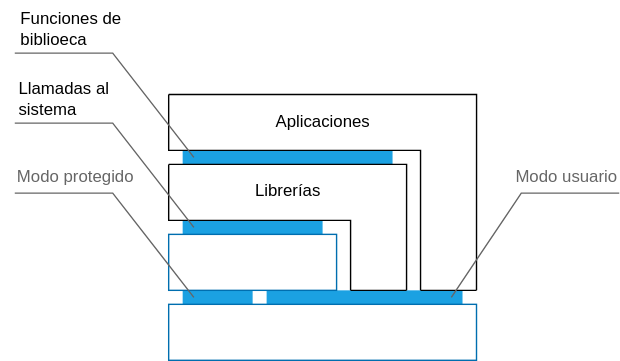
Earlier version of the draw.io export diagrams/Virtualization_Interfaces.svg (ucudal/ANDIS_Conceptos). Source tidied: cells renumbered, new cells last; positions are measured from the earlier drawing's top-left corner, leaving out a move shared by most shapes.
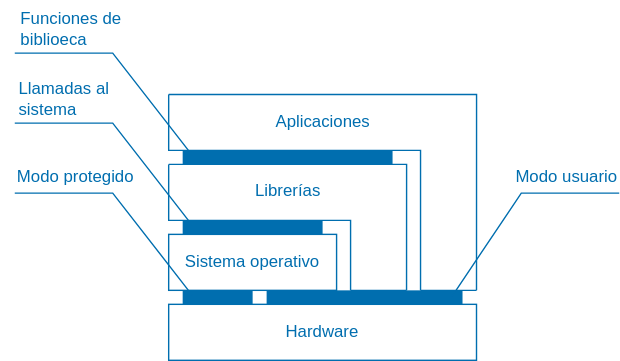
The same file after the commit.

Diff of the diagram source:
```diff
@@ -2,25 +2,25 @@
   <root>
     <mxCell id="0" />
     <mxCell id="1" parent="0" />
-    <mxCell id="2" style="rounded=0;whiteSpace=wrap;html=1;fillColor=#1ba1e2;fontColor=#ffffff;strokeColor=none;" parent="1" vertex="1">
+    <mxCell id="2" style="rounded=0;whiteSpace=wrap;html=1;fillColor=light-dark(#006EAF,#006EAF);fontColor=light-dark(#006EAF,#006EAF);strokeColor=none;" parent="1" vertex="1">
       <mxGeometry x="130" y="207" width="50" height="10" as="geometry" />
     </mxCell>
-    <mxCell id="3" style="rounded=0;whiteSpace=wrap;html=1;fillColor=#1ba1e2;fontColor=#ffffff;strokeColor=none;" parent="1" vertex="1">
+    <mxCell id="3" style="rounded=0;whiteSpace=wrap;html=1;fillColor=light-dark(#006EAF,#006EAF);fontColor=light-dark(#006EAF,#006EAF);strokeColor=none;" parent="1" vertex="1">
       <mxGeometry x="190" y="207" width="140" height="10" as="geometry" />
     </mxCell>
-    <mxCell id="4" style="rounded=0;whiteSpace=wrap;html=1;fillColor=#1ba1e2;fontColor=#ffffff;strokeColor=none;" parent="1" vertex="1">
+    <mxCell id="4" style="rounded=0;whiteSpace=wrap;html=1;fillColor=light-dark(#006EAF,#006EAF);fontColor=light-dark(#006EAF,#006EAF);strokeColor=none;" parent="1" vertex="1">
       <mxGeometry x="130" y="157" width="100" height="10" as="geometry" />
     </mxCell>
-    <mxCell id="5" style="rounded=0;whiteSpace=wrap;html=1;fillColor=#1ba1e2;fontColor=#ffffff;strokeColor=none;" parent="1" vertex="1">
+    <mxCell id="5" style="rounded=0;whiteSpace=wrap;html=1;fillColor=light-dark(#006EAF,#006EAF);fontColor=light-dark(#006EAF,#006EAF);strokeColor=none;" parent="1" vertex="1">
       <mxGeometry x="130" y="107" width="150" height="10" as="geometry" />
     </mxCell>
-    <mxCell id="6" value="Hardware" style="rounded=0;whiteSpace=wrap;html=1;fillColor=none;fontColor=light-dark(#FFFFFF,#006EAF);strokeColor=light-dark(#006EAF,#006EAF);" parent="1" vertex="1">
+    <mxCell id="6" value="Hardware" style="rounded=0;whiteSpace=wrap;html=1;fillColor=none;fontColor=light-dark(#006EAF,#006EAF);strokeColor=light-dark(#006EAF,#006EAF);" parent="1" vertex="1">
       <mxGeometry x="120" y="217" width="220" height="40" as="geometry" />
     </mxCell>
-    <mxCell id="7" value="Sistema operativo" style="rounded=0;whiteSpace=wrap;html=1;fillColor=none;fontColor=light-dark(#FFFFFF,#006EAF);strokeColor=light-dark(#006EAF,#006EAF);" parent="1" vertex="1">
+    <mxCell id="7" value="Sistema operativo" style="rounded=0;whiteSpace=wrap;html=1;fillColor=none;fontColor=light-dark(#006EAF,#006EAF);strokeColor=light-dark(#006EAF,#006EAF);" parent="1" vertex="1">
       <mxGeometry x="120" y="167" width="120" height="40" as="geometry" />
     </mxCell>
-    <mxCell id="8" style="edgeStyle=elbowEdgeStyle;elbow=vertical;endArrow=none;html=1;curved=0;rounded=0;endSize=8;startSize=8;endFill=0;strokeColor=light-dark(#000000,#006EAF);" parent="1" edge="1">
+    <mxCell id="8" style="edgeStyle=elbowEdgeStyle;elbow=vertical;endArrow=none;html=1;curved=0;rounded=0;endSize=8;startSize=8;endFill=0;strokeColor=light-dark(#006EAF,#006EAF);fontColor=light-dark(#006EAF,#006EAF);" parent="1" edge="1">
       <mxGeometry relative="1" as="geometry">
         <mxPoint x="120" y="67" as="sourcePoint" />
         <mxPoint x="300" y="207" as="targetPoint" />
@@ -29,19 +29,19 @@
         </Array>
       </mxGeometry>
     </mxCell>
-    <mxCell id="9" style="edgeStyle=segmentEdgeStyle;endArrow=none;html=1;curved=0;rounded=0;endSize=8;startSize=8;endFill=0;strokeColor=light-dark(#000000,#006EAF);" parent="1" edge="1">
+    <mxCell id="9" style="edgeStyle=segmentEdgeStyle;endArrow=none;html=1;curved=0;rounded=0;endSize=8;startSize=8;endFill=0;strokeColor=light-dark(#006EAF,#006EAF);fontColor=light-dark(#006EAF,#006EAF);" parent="1" edge="1">
       <mxGeometry relative="1" as="geometry">
         <mxPoint x="120" y="67" as="sourcePoint" />
         <mxPoint x="340" y="207" as="targetPoint" />
       </mxGeometry>
     </mxCell>
-    <mxCell id="10" style="endArrow=none;html=1;strokeColor=light-dark(#000000,#006EAF);" parent="1" edge="1">
+    <mxCell id="10" style="endArrow=none;html=1;strokeColor=light-dark(#006EAF,#006EAF);fontColor=light-dark(#006EAF,#006EAF);" parent="1" edge="1">
       <mxGeometry relative="1" as="geometry">
         <mxPoint x="340" y="207" as="sourcePoint" />
         <mxPoint x="300" y="207" as="targetPoint" />
       </mxGeometry>
     </mxCell>
-    <mxCell id="11" style="edgeStyle=elbowEdgeStyle;elbow=vertical;endArrow=none;html=1;curved=0;rounded=0;endSize=8;startSize=8;endFill=0;strokeColor=light-dark(#000000,#006EAF);" parent="1" edge="1">
+    <mxCell id="11" style="edgeStyle=elbowEdgeStyle;elbow=vertical;endArrow=none;html=1;curved=0;rounded=0;endSize=8;startSize=8;endFill=0;strokeColor=light-dark(#006EAF,#006EAF);fontColor=light-dark(#006EAF,#006EAF);" parent="1" edge="1">
       <mxGeometry relative="1" as="geometry">
         <mxPoint x="120" y="117" as="sourcePoint" />
         <mxPoint x="250" y="207" as="targetPoint" />
@@ -50,40 +50,40 @@
         </Array>
       </mxGeometry>
     </mxCell>
-    <mxCell id="12" style="edgeStyle=segmentEdgeStyle;endArrow=none;html=1;curved=0;rounded=0;endSize=8;startSize=8;endFill=0;strokeColor=light-dark(#000000,#006EAF);" parent="1" edge="1">
+    <mxCell id="12" style="edgeStyle=segmentEdgeStyle;endArrow=none;html=1;curved=0;rounded=0;endSize=8;startSize=8;endFill=0;strokeColor=light-dark(#006EAF,#006EAF);fontColor=light-dark(#006EAF,#006EAF);" parent="1" edge="1">
       <mxGeometry relative="1" as="geometry">
         <mxPoint x="120" y="117" as="sourcePoint" />
         <mxPoint x="290" y="207" as="targetPoint" />
       </mxGeometry>
     </mxCell>
-    <mxCell id="13" style="endArrow=none;html=1;strokeColor=light-dark(#000000,#006EAF);" parent="1" edge="1">
+    <mxCell id="13" style="endArrow=none;html=1;strokeColor=light-dark(#006EAF,#006EAF);fontColor=light-dark(#006EAF,#006EAF);" parent="1" edge="1">
       <mxGeometry relative="1" as="geometry">
         <mxPoint x="250" y="207" as="sourcePoint" />
         <mxPoint x="290" y="207" as="targetPoint" />
       </mxGeometry>
     </mxCell>
-    <mxCell id="14" value="Librerías" style="text;html=1;align=center;verticalAlign=middle;strokeColor=none;fillColor=none;fontColor=light-dark(#000000,#006EAF);" parent="1" vertex="1">
+    <mxCell id="14" value="Librerías" style="text;html=1;align=center;verticalAlign=middle;strokeColor=none;fillColor=none;fontColor=light-dark(#006EAF,#006EAF);" parent="1" vertex="1">
       <mxGeometry x="170" y="121" width="70" height="30" as="geometry" />
     </mxCell>
-    <mxCell id="15" value="Aplicaciones" style="text;html=1;align=center;verticalAlign=middle;strokeColor=none;fillColor=none;fontColor=light-dark(#000000,#006EAF);" parent="1" vertex="1">
+    <mxCell id="15" value="Aplicaciones" style="text;html=1;align=center;verticalAlign=middle;strokeColor=none;fillColor=none;fontColor=light-dark(#006EAF,#006EAF);" parent="1" vertex="1">
       <mxGeometry x="185" y="72" width="90" height="30" as="geometry" />
     </mxCell>
-    <mxCell id="16" value="Modo usuario" style="strokeWidth=1;shadow=0;dashed=0;align=center;html=1;shape=mxgraph.mockup.text.callout;linkText=;textSize=17;textColor=#666666;callDir=NE;callStyle=line;fontSize=12;fontColor=light-dark(#666666,#006EAF);align=right;verticalAlign=top;strokeColor=light-dark(#666666,#006EAF);" parent="1" vertex="1">
+    <mxCell id="16" value="Modo usuario" style="strokeWidth=1;shadow=0;dashed=0;align=center;html=1;shape=mxgraph.mockup.text.callout;linkText=;textSize=17;textColor=#666666;callDir=NE;callStyle=line;fontSize=12;fontColor=light-dark(#006EAF,#006EAF);align=right;verticalAlign=top;strokeColor=light-dark(#006EAF,#006EAF);" parent="1" vertex="1">
       <mxGeometry x="322" y="112" width="120" height="100" as="geometry" />
     </mxCell>
-    <mxCell id="17" value="Modo protegido" style="strokeWidth=1;shadow=0;dashed=0;align=center;html=1;shape=mxgraph.mockup.text.callout;linkText=;textSize=17;textColor=#666666;callDir=NW;callStyle=line;fontSize=12;fontColor=light-dark(#666666,#006EAF);align=left;verticalAlign=top;strokeColor=light-dark(#666666,#006EAF);" parent="1" vertex="1">
+    <mxCell id="17" value="Modo protegido" style="strokeWidth=1;shadow=0;dashed=0;align=center;html=1;shape=mxgraph.mockup.text.callout;linkText=;textSize=17;textColor=#666666;callDir=NW;callStyle=line;fontSize=12;fontColor=light-dark(#006EAF,#006EAF);align=left;verticalAlign=top;strokeColor=light-dark(#006EAF,#006EAF);" parent="1" vertex="1">
       <mxGeometry x="10" y="112" width="128" height="100" as="geometry" />
     </mxCell>
-    <mxCell id="18" style="strokeWidth=1;shadow=0;dashed=0;align=center;html=1;shape=mxgraph.mockup.text.callout;linkText=;textSize=17;textColor=#666666;callDir=NW;callStyle=line;fontSize=12;fontColor=light-dark(#666666,#006EAF);align=left;verticalAlign=top;strokeColor=light-dark(#666666,#006EAF);" parent="1" vertex="1">
+    <mxCell id="18" style="strokeWidth=1;shadow=0;dashed=0;align=center;html=1;shape=mxgraph.mockup.text.callout;linkText=;textSize=17;textColor=#666666;callDir=NW;callStyle=line;fontSize=12;fontColor=light-dark(#006EAF,#006EAF);align=left;verticalAlign=top;strokeColor=light-dark(#006EAF,#006EAF);" parent="1" vertex="1">
       <mxGeometry x="10" y="62" width="128" height="100" as="geometry" />
     </mxCell>
-    <mxCell id="19" style="strokeWidth=1;shadow=0;dashed=0;align=center;html=1;shape=mxgraph.mockup.text.callout;linkText=;textSize=17;textColor=#666666;callDir=NW;callStyle=line;fontSize=12;fontColor=light-dark(#666666,#006EAF);align=left;verticalAlign=top;strokeColor=light-dark(#666666,#006EAF);" parent="1" vertex="1">
+    <mxCell id="19" style="strokeWidth=1;shadow=0;dashed=0;align=center;html=1;shape=mxgraph.mockup.text.callout;linkText=;textSize=17;textColor=#666666;callDir=NW;callStyle=line;fontSize=12;fontColor=light-dark(#006EAF,#006EAF);align=left;verticalAlign=top;strokeColor=light-dark(#006EAF,#006EAF);" parent="1" vertex="1">
       <mxGeometry x="10" y="12" width="128" height="100" as="geometry" />
     </mxCell>
-    <mxCell id="20" value="&lt;font style=&quot;color: light-dark(rgb(0, 0, 0), rgb(0, 110, 175));&quot;&gt;Llamadas al&lt;br&gt;&lt;/font&gt;&lt;div style=&quot;text-align: left;&quot;&gt;&lt;span style=&quot;background-color: transparent;&quot;&gt;&lt;font style=&quot;color: light-dark(rgb(0, 0, 0), rgb(0, 110, 175));&quot;&gt;sistema&lt;/font&gt;&lt;/span&gt;&lt;/div&gt;" style="text;html=1;align=center;verticalAlign=middle;strokeColor=none;fillColor=none;" parent="1" vertex="1">
+    <mxCell id="20" value="&lt;font style=&quot;color: light-dark(rgb(0, 110, 175), rgb(0, 110, 175));&quot;&gt;Llamadas al&lt;br&gt;&lt;/font&gt;&lt;div style=&quot;text-align: left;&quot;&gt;&lt;span style=&quot;background-color: transparent;&quot;&gt;&lt;font style=&quot;color: light-dark(rgb(0, 110, 175), rgb(0, 110, 175));&quot;&gt;sistema&lt;/font&gt;&lt;/span&gt;&lt;/div&gt;" style="text;html=1;align=center;verticalAlign=middle;strokeColor=none;fillColor=none;fontColor=light-dark(#006EAF,#006EAF);" parent="1" vertex="1">
       <mxGeometry y="50" width="90" height="40" as="geometry" />
     </mxCell>
-    <mxCell id="21" value="&lt;font style=&quot;color: light-dark(rgb(0, 0, 0), rgb(0, 110, 175));&quot;&gt;Funciones de&lt;/font&gt;&lt;div style=&quot;text-align: left;&quot;&gt;&lt;font style=&quot;color: light-dark(rgb(0, 0, 0), rgb(0, 110, 175));&quot;&gt;biblioeca&lt;/font&gt;&lt;/div&gt;" style="text;html=1;align=center;verticalAlign=middle;strokeColor=none;fillColor=none;" parent="1" vertex="1">
+    <mxCell id="21" value="&lt;font style=&quot;color: light-dark(rgb(0, 110, 175), rgb(0, 110, 175));&quot;&gt;Funciones de&lt;/font&gt;&lt;div style=&quot;text-align: left;&quot;&gt;&lt;font style=&quot;color: light-dark(rgb(0, 110, 175), rgb(0, 110, 175));&quot;&gt;biblioeca&lt;/font&gt;&lt;/div&gt;" style="text;html=1;align=center;verticalAlign=middle;strokeColor=none;fillColor=none;fontColor=light-dark(#006EAF,#006EAF);" parent="1" vertex="1">
       <mxGeometry width="100" height="40" as="geometry" />
     </mxCell>
   </root>
```
